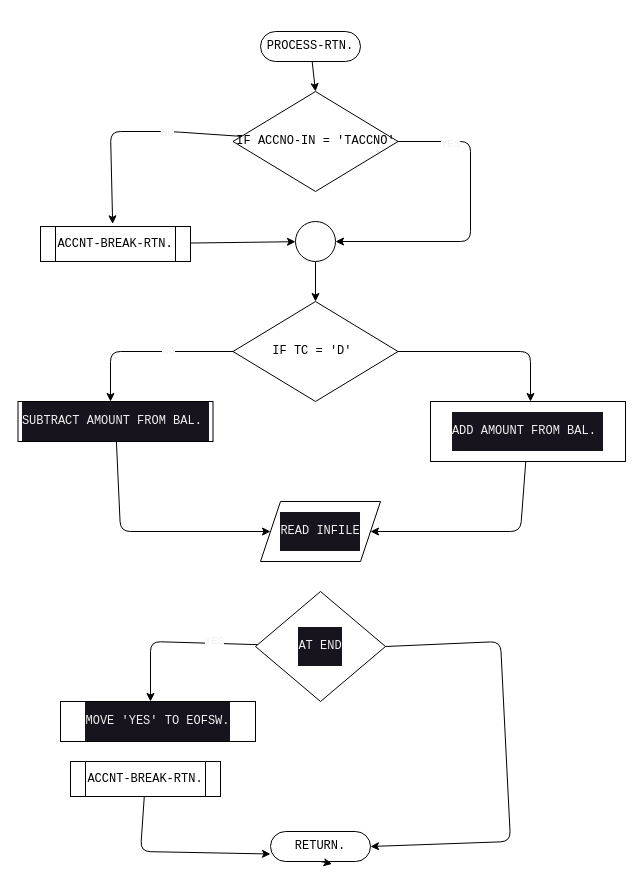
The draw.io diagram page "process-rtn" (3 of 5) of diagram.drawio in williebonavente/acct-num, before the edit. Source tidied: cells renumbered, new cells numbered last; positions are measured from the earlier drawing's top-left corner, leaving out a move shared by most shapes. Both pictures are drawn from the tidied source at 100%, with x=0, y=0 at pixel (18, 31).
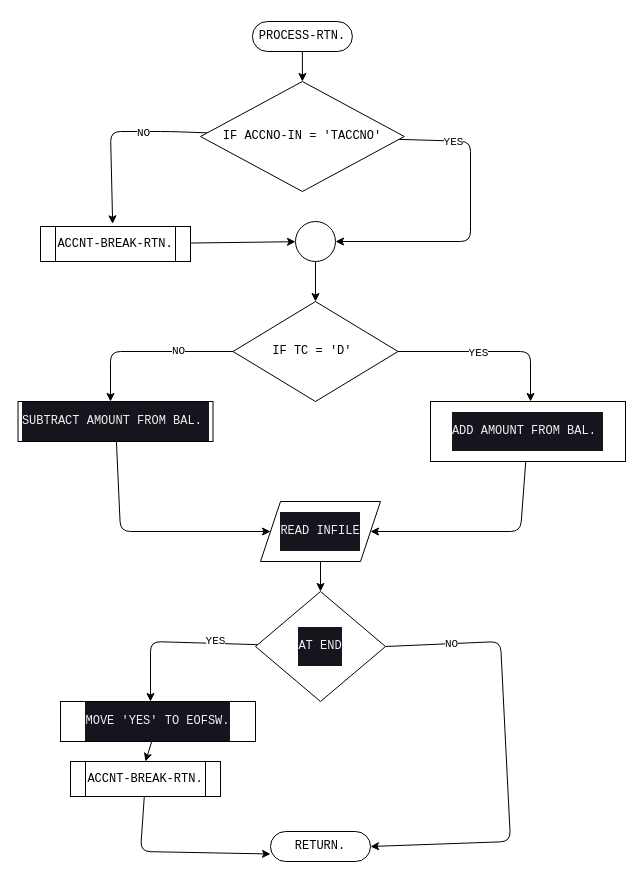
Above is the later version.

Unchanged cells that the change refers to:
```xml
<mxCell id="4" style="edgeStyle=none;html=1;entryX=0.481;entryY=-0.076;entryDx=0;entryDy=0;entryPerimeter=0;fontColor=#F0F0F0;" parent="1" edge="1" source="8" target="10">
  <mxGeometry relative="1" as="geometry">
    <Array as="points">
      <mxPoint x="152" y="100" />
      <mxPoint x="92" y="100" />
    </Array>
  </mxGeometry>
</mxCell>
<mxCell id="6" style="edgeStyle=none;html=1;fontColor=#F0F0F0;entryX=1;entryY=0.5;entryDx=0;entryDy=0;" parent="1" edge="1" source="8" target="12">
  <mxGeometry relative="1" as="geometry">
    <Array as="points">
      <mxPoint x="452" y="110" />
      <mxPoint x="452" y="210" />
    </Array>
  </mxGeometry>
</mxCell>
<mxCell id="13" style="edgeStyle=none;html=1;exitX=0;exitY=0.5;exitDx=0;exitDy=0;fontColor=#F0F0F0;" parent="1" edge="1" source="16">
  <mxGeometry relative="1" as="geometry">
    <mxPoint x="92" y="370" as="targetPoint" />
    <Array as="points">
      <mxPoint x="92" y="320" />
    </Array>
  </mxGeometry>
</mxCell>
<mxCell id="15" style="edgeStyle=none;html=1;fontColor=#F0F0F0;" parent="1" edge="1" source="16">
  <mxGeometry relative="1" as="geometry">
    <mxPoint x="512" y="370" as="targetPoint" />
    <Array as="points">
      <mxPoint x="512" y="320" />
    </Array>
  </mxGeometry>
</mxCell>
<mxCell id="21" value="&lt;pre&gt;READ INFILE&lt;/pre&gt;" style="shape=parallelogram;perimeter=parallelogramPerimeter;whiteSpace=wrap;html=1;fixedSize=1;labelBackgroundColor=#18141D;fontColor=#F0F0F0;" parent="1" vertex="1">
  <mxGeometry x="242" y="470" width="120" height="60" as="geometry" />
</mxCell>
<mxCell id="22" style="edgeStyle=none;html=1;fontColor=#F0F0F0;" parent="1" edge="1" source="25">
  <mxGeometry relative="1" as="geometry">
    <mxPoint x="132" y="670" as="targetPoint" />
    <Array as="points">
      <mxPoint x="132" y="610" />
    </Array>
  </mxGeometry>
</mxCell>
<mxCell id="24" style="edgeStyle=none;html=1;exitX=1;exitY=0.5;exitDx=0;exitDy=0;entryX=1;entryY=0.5;entryDx=0;entryDy=0;fontColor=#F0F0F0;" parent="1" edge="1" source="25" target="29">
  <mxGeometry relative="1" as="geometry">
    <Array as="points">
      <mxPoint x="482" y="610" />
      <mxPoint x="492" y="810" />
    </Array>
  </mxGeometry>
</mxCell>
<mxCell id="25" value="&lt;pre&gt;AT END&lt;/pre&gt;" style="rhombus;whiteSpace=wrap;html=1;labelBackgroundColor=#18141D;fontColor=#F0F0F0;" parent="1" vertex="1">
  <mxGeometry x="237" y="560" width="130" height="110" as="geometry" />
</mxCell>
<mxCell id="26" value="&lt;pre&gt;MOVE 'YES' TO EOFSW.&lt;/pre&gt;" style="rounded=0;whiteSpace=wrap;html=1;labelBackgroundColor=#18141D;fontColor=#F0F0F0;" parent="1" vertex="1">
  <mxGeometry x="42" y="670" width="195" height="40" as="geometry" />
</mxCell>
<mxCell id="28" value="&lt;pre&gt;&lt;p align=&quot;center&quot; class=&quot;MsoNormal&quot;&gt;ACCNT-BREAK-RTN.&lt;/p&gt;&lt;/pre&gt;" style="shape=process;whiteSpace=wrap;html=1;backgroundOutline=1;" parent="1" vertex="1">
  <mxGeometry x="52" y="730" width="150" height="35" as="geometry" />
</mxCell>
<mxCell id="29" value="&lt;pre&gt;RETURN.&lt;/pre&gt;" style="rounded=1;whiteSpace=wrap;html=1;arcSize=50;" parent="1" vertex="1">
  <mxGeometry x="252" y="800" width="100" height="30" as="geometry" />
</mxCell>
```

What changed in the source:
```diff
@@
     <mxCell id="3" value="&lt;pre&gt;PROCESS-RTN.&lt;/pre&gt;" style="rounded=1;whiteSpace=wrap;html=1;arcSize=50;" parent="1" vertex="1">
-      <mxGeometry x="242" width="100" height="30" as="geometry" />
+      <mxGeometry x="233.9" y="-10" width="100" height="30" as="geometry" />
     </mxCell>
@@
-    <mxCell id="5" value="&lt;pre&gt;NO&lt;/pre&gt;" style="edgeLabel;html=1;align=center;verticalAlign=middle;fontColor=#F0F0F0;" parent="4" vertex="1">
-      <mxGeometry x="-0.33" y="1" relative="1" as="geometry" />
-    </mxCell>
+    <mxCell id="31" value="NO" style="edgeLabel;html=1;align=center;verticalAlign=middle;fontFamily=Courier New;" parent="4" vertex="1">
+      <mxGeometry x="-0.32" y="1" relative="1" as="geometry" />
+    </mxCell>
@@
-    <mxCell id="7" value="&lt;pre&gt;YES&lt;/pre&gt;" style="edgeLabel;html=1;align=center;verticalAlign=middle;fontColor=#F0F0F0;" parent="6" vertex="1">
-      <mxGeometry x="-0.66" y="-2" relative="1" as="geometry" />
-    </mxCell>
+    <mxCell id="32" value="YES" style="edgeLabel;html=1;align=center;verticalAlign=middle;fontFamily=Courier New;" parent="6" vertex="1">
+      <mxGeometry x="-0.65" y="-1" relative="1" as="geometry" />
+    </mxCell>
     <mxCell id="8" value="&lt;pre&gt;&lt;p align=&quot;center&quot; class=&quot;MsoNormal&quot;&gt;IF ACCNO-IN = 'TACCNO'&lt;/p&gt;&lt;/pre&gt;&lt;p align=&quot;center&quot; class=&quot;MsoNormal&quot;&gt;&lt;/p&gt;" style="rhombus;whiteSpace=wrap;html=1;" parent="1" vertex="1">
-      <mxGeometry x="214.5" y="60" width="165" height="100" as="geometry" />
+      <mxGeometry x="182" y="50" width="203.8" height="110" as="geometry" />
     </mxCell>
@@
-    <mxCell id="14" value="&lt;pre&gt;NO&lt;/pre&gt;" style="edgeLabel;html=1;align=center;verticalAlign=middle;fontColor=#F0F0F0;" parent="13" vertex="1">
-      <mxGeometry x="-0.25" y="-1" relative="1" as="geometry" />
-    </mxCell>
+    <mxCell id="33" value="NO" style="edgeLabel;html=1;align=center;verticalAlign=middle;fontFamily=Courier New;" parent="13" vertex="1">
+      <mxGeometry x="-0.36" y="-1" relative="1" as="geometry" />
+    </mxCell>
@@
+    <mxCell id="34" value="YES" style="edgeLabel;html=1;align=center;verticalAlign=middle;fontFamily=Courier New;" parent="15" vertex="1">
+      <mxGeometry x="-0.12" y="-1" relative="1" as="geometry" />
+    </mxCell>
@@
+    <mxCell id="35" style="edgeStyle=none;html=1;exitX=0.5;exitY=1;exitDx=0;exitDy=0;entryX=0.5;entryY=0;entryDx=0;entryDy=0;" parent="1" edge="1" source="21" target="25">
+      <mxGeometry relative="1" as="geometry" />
+    </mxCell>
@@
-    <mxCell id="23" value="&lt;pre&gt;YES&lt;/pre&gt;" style="edgeLabel;html=1;align=center;verticalAlign=middle;fontColor=#F0F0F0;" parent="22" vertex="1">
-      <mxGeometry x="-0.48" y="2" relative="1" as="geometry">
-        <mxPoint x="-1" y="-4" as="offset" />
-      </mxGeometry>
-    </mxCell>
+    <mxCell id="36" value="YES" style="edgeLabel;html=1;align=center;verticalAlign=middle;fontFamily=Courier New;" parent="22" vertex="1">
+      <mxGeometry x="-0.48" y="-2" relative="1" as="geometry" />
+    </mxCell>
@@
+    <mxCell id="37" value="NO" style="edgeLabel;html=1;align=center;verticalAlign=middle;fontFamily=Courier New;" parent="24" vertex="1">
+      <mxGeometry x="-0.71" relative="1" as="geometry" />
+    </mxCell>
@@
+    <mxCell id="38" style="edgeStyle=none;html=1;entryX=0.5;entryY=0;entryDx=0;entryDy=0;fontFamily=Courier New;" parent="1" edge="1" source="26" target="28">
+      <mxGeometry relative="1" as="geometry" />
+    </mxCell>
@@
-    <mxCell id="30" style="edgeStyle=none;html=1;exitX=0.5;exitY=1;exitDx=0;exitDy=0;entryX=0.616;entryY=1.08;entryDx=0;entryDy=0;entryPerimeter=0;fontColor=#F0F0F0;" parent="1" edge="1" source="29" target="29">
-      <mxGeometry relative="1" as="geometry" />
-    </mxCell>
```
